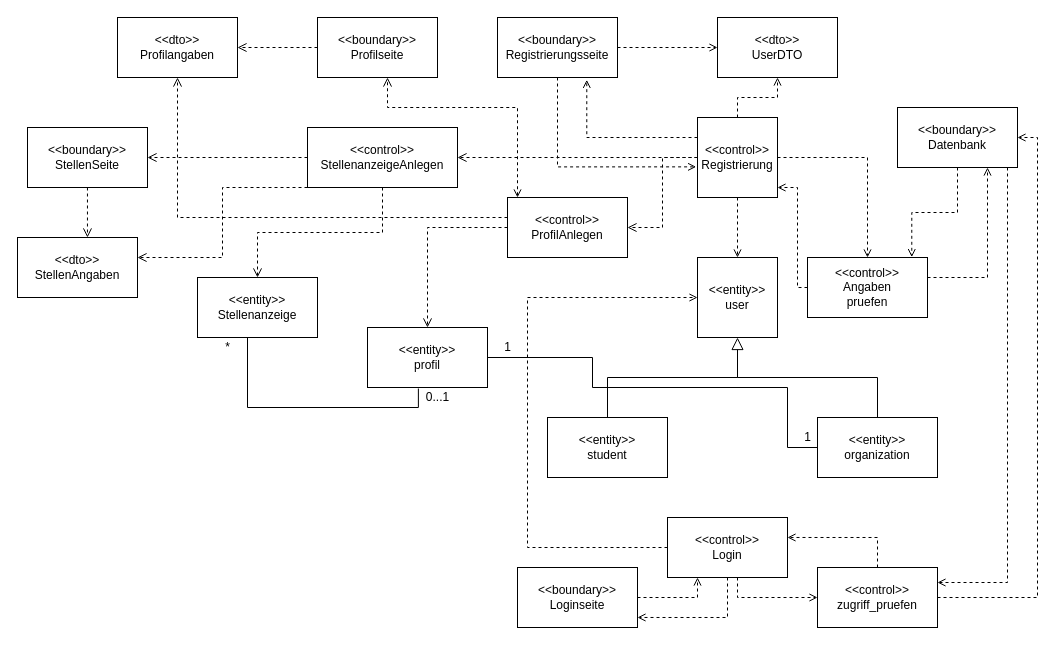
KlaraGolubovic/SE02 keeps this draw.io diagram as doc/diagram/1.Klassendiagramm.drawio. Above is the earlier version. Source tidied: cells renumbered, new cells numbered last; positions are measured from the earlier drawing's top-left corner, leaving out a move shared by most shapes. Both pictures are drawn from the tidied source at 100%, with x=0, y=0 at pixel (17, 17).
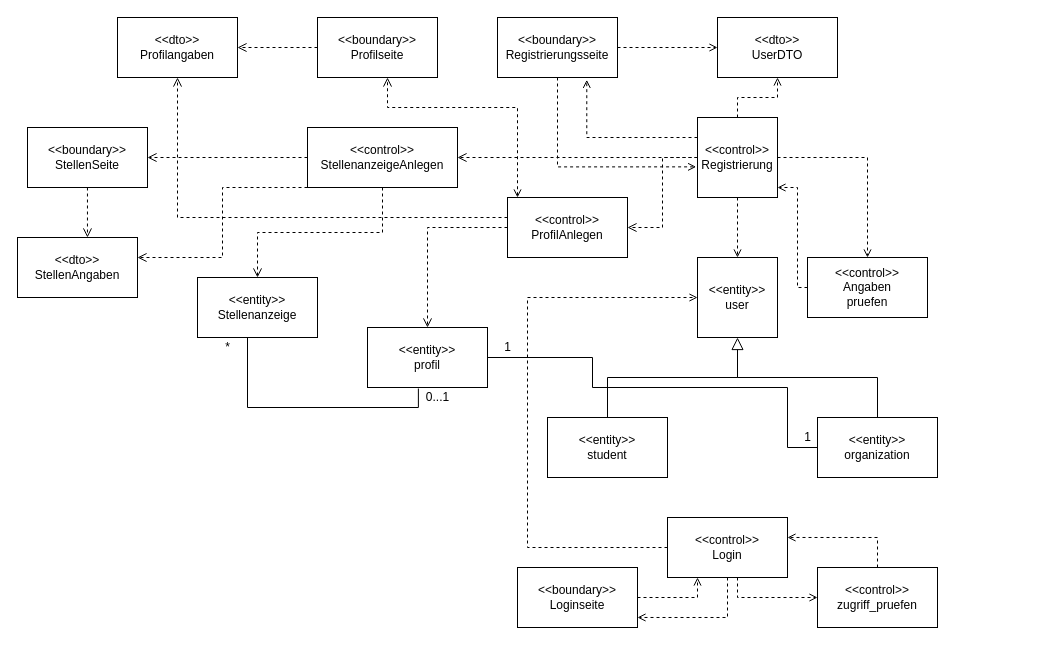
After the change.

Unchanged cells that the change refers to:
```xml
<mxCell id="16" value="&lt;div&gt;&amp;lt;&amp;lt;control&amp;gt;&amp;gt;&lt;/div&gt;&lt;div&gt;Angaben&lt;br&gt;&lt;/div&gt;pruefen" style="whiteSpace=wrap;html=1;" parent="1" vertex="1">
  <mxGeometry x="790" y="240" width="120" height="60" as="geometry" />
</mxCell>
<mxCell id="32" value="&lt;div&gt;&amp;lt;&amp;lt;control&amp;gt;&amp;gt;&lt;/div&gt;&lt;div&gt;zugriff_pruefen&lt;br&gt;&lt;/div&gt;" style="whiteSpace=wrap;html=1;" parent="1" vertex="1">
  <mxGeometry x="800" y="550" width="120" height="60" as="geometry" />
</mxCell>
```

What changed in the source:
```diff
@@
-    <mxCell id="15" style="edgeStyle=orthogonalEdgeStyle;rounded=0;jettySize=auto;html=1;dashed=1;endArrow=open;endFill=0;entryX=0.75;entryY=1;entryDx=0;entryDy=0;" parent="1" edge="1" source="16" target="19">
-      <mxGeometry relative="1" as="geometry">
-        <Array as="points">
-          <mxPoint x="970" y="260" />
-        </Array>
-      </mxGeometry>
-    </mxCell>
@@
-    <mxCell id="17" style="edgeStyle=orthogonalEdgeStyle;rounded=0;jettySize=auto;html=1;entryX=0.869;entryY=-0.006;entryDx=0;entryDy=0;entryPerimeter=0;dashed=1;endArrow=open;endFill=0;" parent="1" edge="1" source="19" target="16">
-      <mxGeometry relative="1" as="geometry" />
-    </mxCell>
-    <mxCell id="18" style="edgeStyle=orthogonalEdgeStyle;rounded=0;jettySize=auto;html=1;entryX=1;entryY=0.25;entryDx=0;entryDy=0;dashed=1;endArrow=open;endFill=0;" parent="1" edge="1" source="19" target="32">
-      <mxGeometry relative="1" as="geometry">
-        <Array as="points">
-          <mxPoint x="990" y="565" />
-        </Array>
-      </mxGeometry>
-    </mxCell>
-    <mxCell id="19" value="&lt;div&gt;&amp;lt;&amp;lt;boundary&amp;gt;&amp;gt;&lt;/div&gt;&lt;div&gt;Datenbank&lt;br&gt;&lt;/div&gt;" style="whiteSpace=wrap;html=1;" parent="1" vertex="1">
-      <mxGeometry x="880" y="90" width="120" height="60" as="geometry" />
-    </mxCell>
@@
-    <mxCell id="30" style="edgeStyle=orthogonalEdgeStyle;rounded=0;jettySize=auto;html=1;entryX=1;entryY=0.5;entryDx=0;entryDy=0;dashed=1;endArrow=open;endFill=0;" parent="1" edge="1" source="32" target="19">
-      <mxGeometry relative="1" as="geometry">
-        <Array as="points">
-          <mxPoint x="1020" y="580" />
-          <mxPoint x="1020" y="120" />
-        </Array>
-      </mxGeometry>
-    </mxCell>
```
